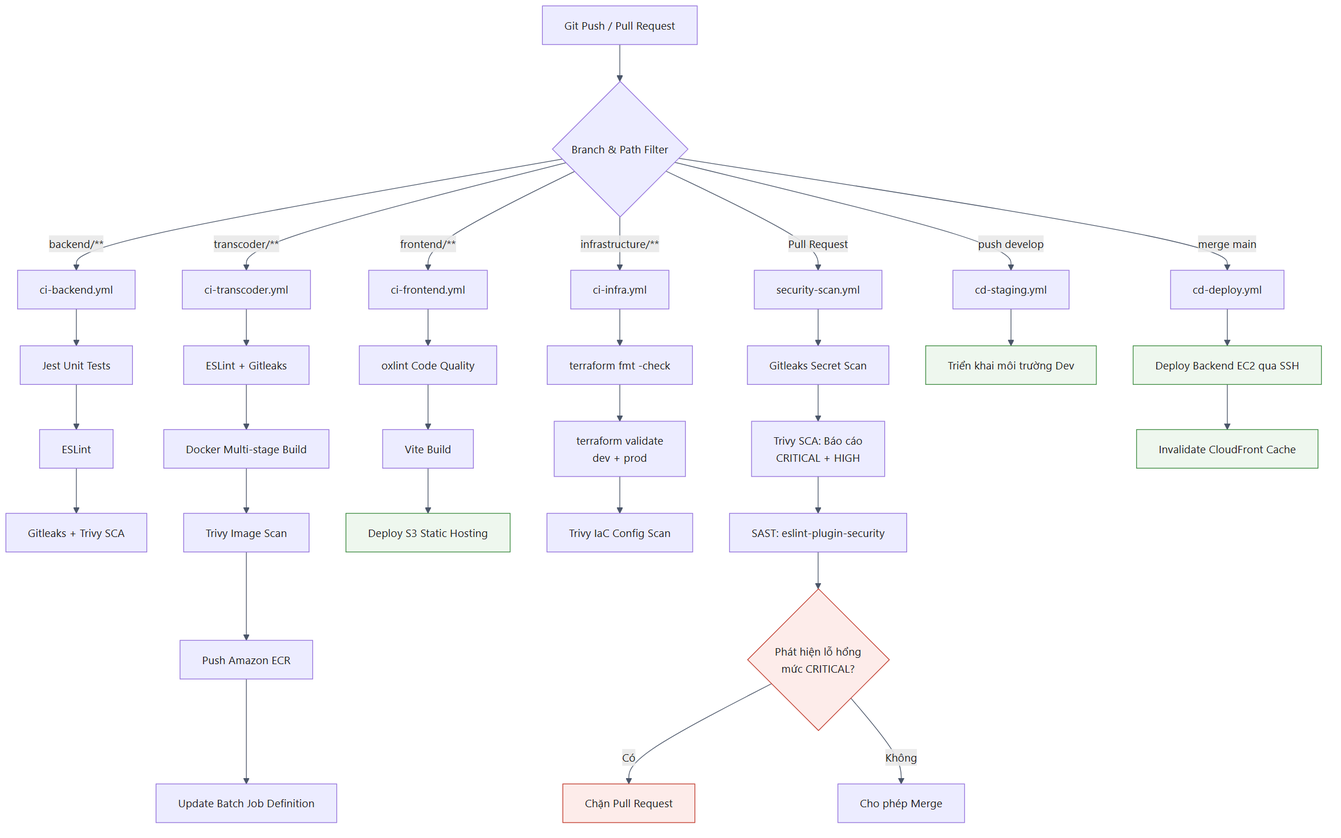
Above: report/images/03-cicd-pipeline.png in DinhQuocCuong28664/DACNTT_VideoStreaming (Mermaid), before the change. Its source is kept beside it as docs/diagrams/src/03-cicd-pipeline.mmd.
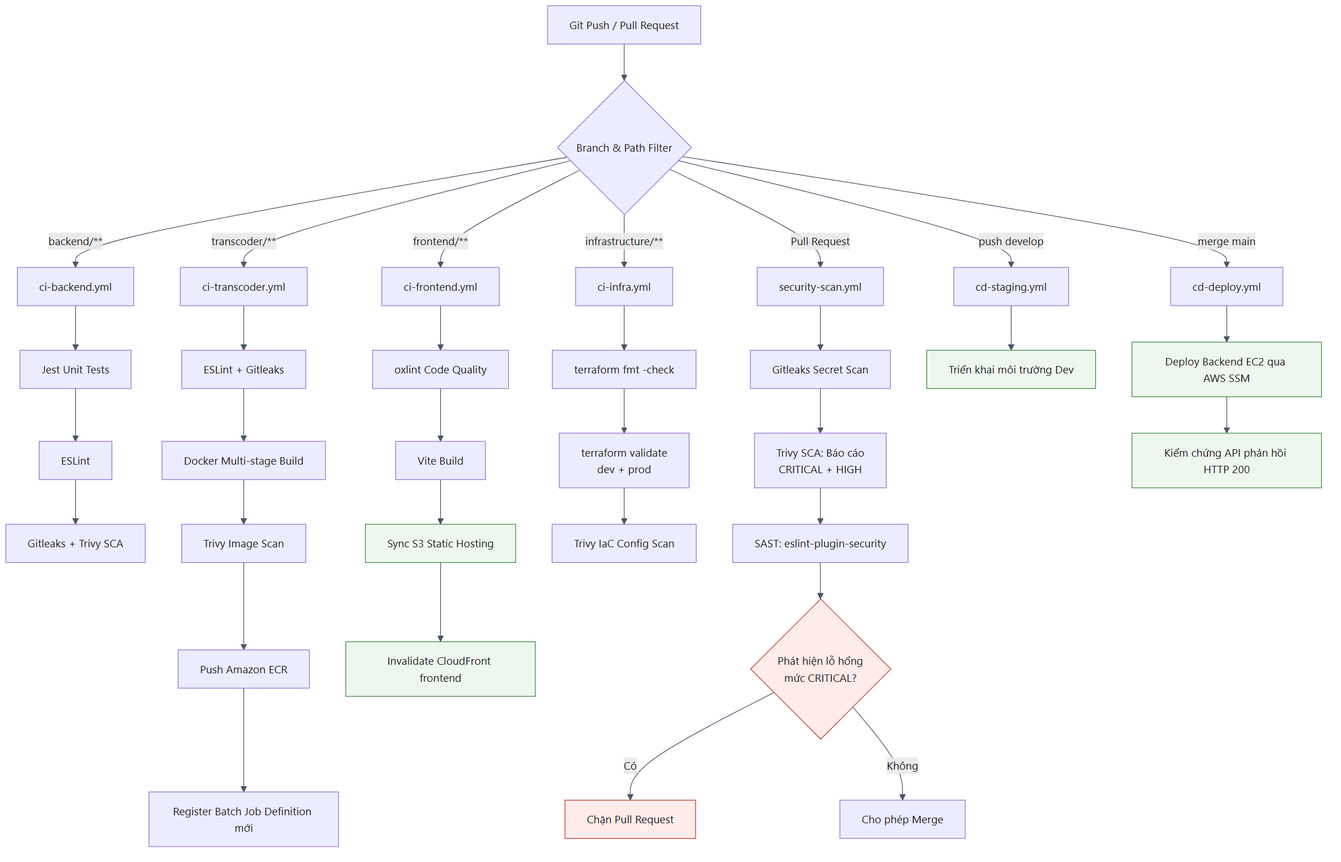
The same file after the commit.

What changed in the source:
```diff
@@ -17,11 +17,12 @@
     D1 --> D2["Docker Multi-stage Build"]
     D2 --> D3["Trivy Image Scan"]
     D3 --> D4["Push Amazon ECR"]
-    D4 --> D5["Update Batch Job Definition"]
+    D4 --> D5["Register Batch Job Definition mới"]
 
     E --> E1["oxlint Code Quality"]
     E1 --> E2["Vite Build"]
-    E2 --> E3["Deploy S3 Static Hosting"]
+    E2 --> E3["Sync S3 Static Hosting"]
+    E3 --> E4["Invalidate CloudFront frontend"]
 
     I --> I1["terraform fmt -check"]
     I1 --> I2["terraform validate<br/>dev + prod"]
@@ -35,10 +36,10 @@
     F3 -->|"Không"| F5["Cho phép Merge"]
 
     G --> G1["Triển khai môi trường Dev"]
-    H --> H1["Deploy Backend EC2 qua SSH"]
-    H1 --> H2["Invalidate CloudFront Cache"]
+    H --> H1["Deploy Backend EC2 qua AWS SSM"]
+    H1 --> H2["Kiểm chứng API phản hồi HTTP 200"]
 
     classDef gate fill:#fdecea,stroke:#c0392b,color:#1a1a1a
     classDef deploy fill:#eef7ee,stroke:#3d8b40,color:#1a1a1a
     class F3,F4 gate
-    class E3,G1,H1,H2 deploy
+    class E3,E4,G1,H1,H2 deploy
```
